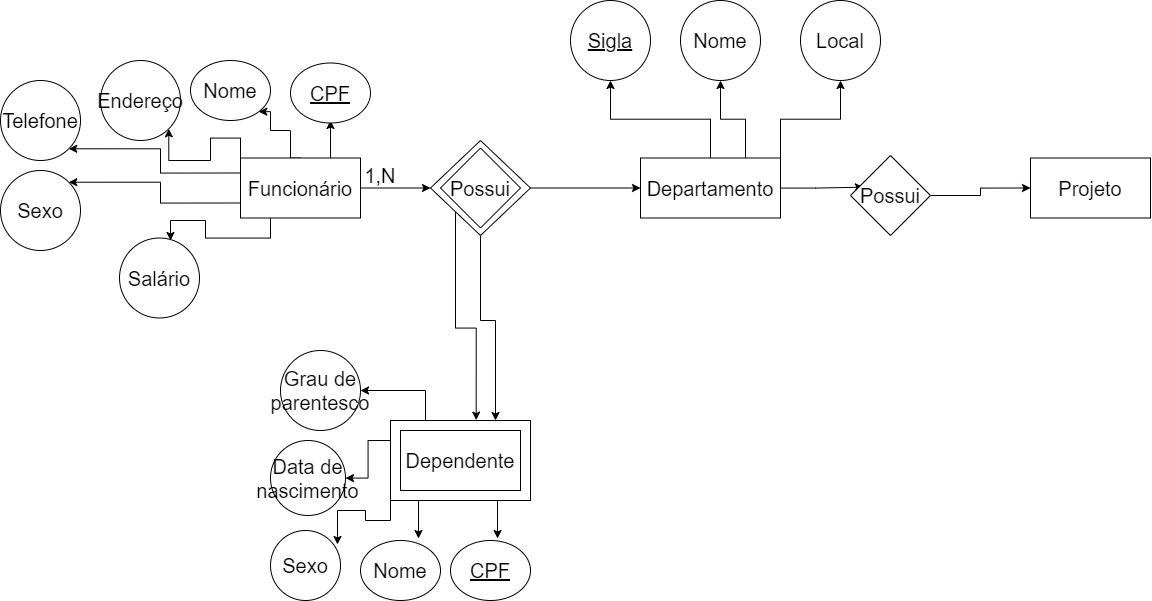
The draw.io diagram HO03.drawio.png in Cams1403/handson, before a commit. Source tidied: cells renumbered, new cells last; positions are measured from the earlier drawing's top-left corner, leaving out a move shared by most shapes.
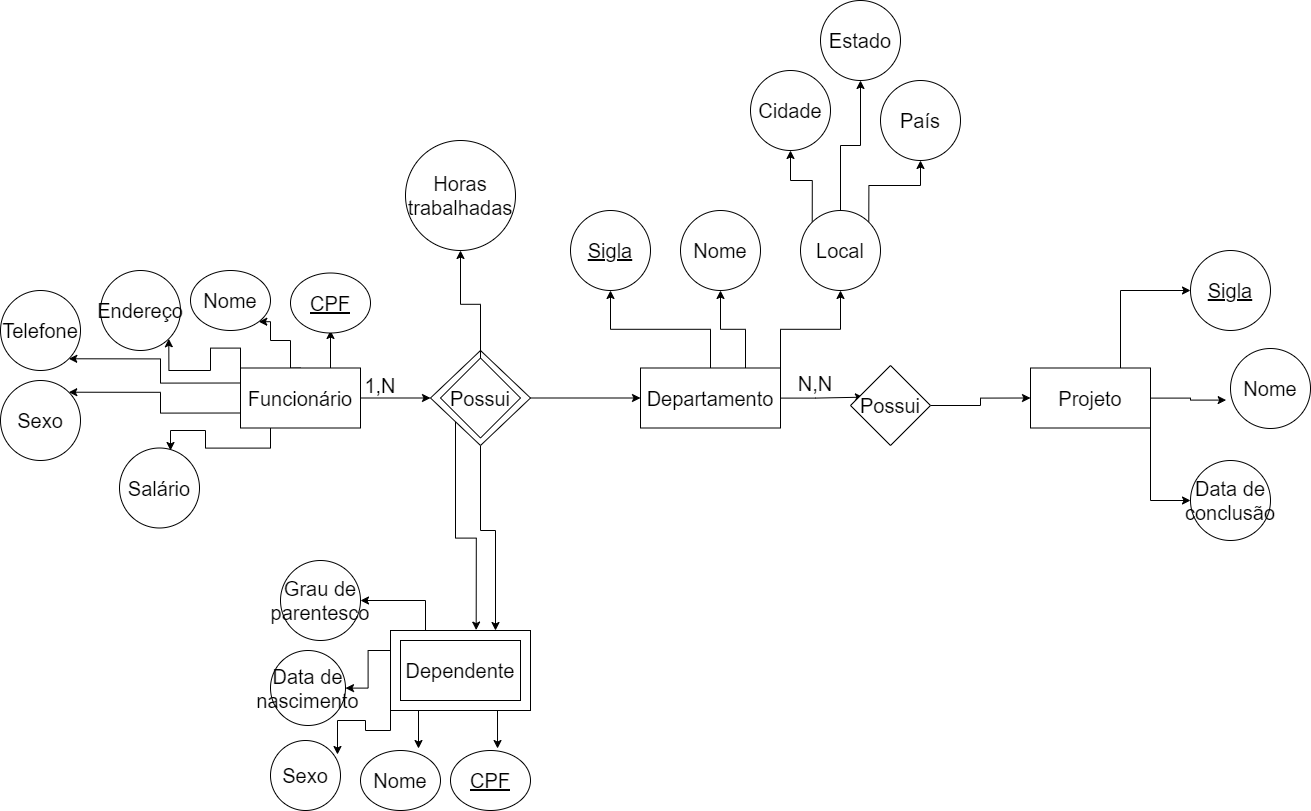
After the commit.

Diff of the diagram source:
```diff
@@ -69,6 +69,15 @@
     <mxCell id="20" value="Departamento" style="rounded=0;whiteSpace=wrap;html=1;fontSize=20;" parent="1" vertex="1">
       <mxGeometry x="640" y="157.5" width="140" height="60" as="geometry" />
     </mxCell>
+    <mxCell id="45" style="edgeStyle=orthogonalEdgeStyle;rounded=0;jettySize=auto;html=1;exitX=0.75;exitY=0;exitDx=0;exitDy=0;entryX=0;entryY=0.5;entryDx=0;entryDy=0;fontSize=20;" parent="1" edge="1" source="21" target="55">
+      <mxGeometry relative="1" as="geometry" />
+    </mxCell>
+    <mxCell id="46" style="edgeStyle=orthogonalEdgeStyle;rounded=0;jettySize=auto;html=1;entryX=-0.054;entryY=0.645;entryDx=0;entryDy=0;entryPerimeter=0;fontSize=20;" parent="1" edge="1" source="21" target="56">
+      <mxGeometry relative="1" as="geometry" />
+    </mxCell>
+    <mxCell id="47" style="edgeStyle=orthogonalEdgeStyle;rounded=0;jettySize=auto;html=1;exitX=1;exitY=1;exitDx=0;exitDy=0;entryX=0;entryY=0.5;entryDx=0;entryDy=0;fontSize=20;" parent="1" edge="1" source="21" target="57">
+      <mxGeometry relative="1" as="geometry" />
+    </mxCell>
     <mxCell id="21" value="Projeto" style="rounded=0;whiteSpace=wrap;html=1;fontSize=20;" parent="1" vertex="1">
       <mxGeometry x="1030" y="157.5" width="120" height="60" as="geometry" />
     </mxCell>
@@ -95,6 +104,9 @@
     <mxCell id="27" style="rhombus;whiteSpace=wrap;html=1;fontSize=20;verticalAlign=bottom;" parent="1" vertex="1">
       <mxGeometry x="430" y="140" width="100" height="95" as="geometry" />
     </mxCell>
+    <mxCell id="48" style="edgeStyle=orthogonalEdgeStyle;rounded=0;jettySize=auto;html=1;entryX=0.5;entryY=1;entryDx=0;entryDy=0;fontSize=20;" parent="1" edge="1" source="28" target="59">
+      <mxGeometry relative="1" as="geometry" />
+    </mxCell>
     <mxCell id="28" value="Possui" style="rhombus;whiteSpace=wrap;html=1;fontSize=20;verticalAlign=middle;" parent="1" vertex="1">
       <mxGeometry x="440" y="147.5" width="80" height="80" as="geometry" />
     </mxCell>
@@ -143,8 +155,41 @@
     <mxCell id="43" value="Nome" style="ellipse;whiteSpace=wrap;html=1;fontSize=20;" parent="1" vertex="1">
       <mxGeometry x="680" width="80" height="80" as="geometry" />
     </mxCell>
+    <mxCell id="49" style="edgeStyle=orthogonalEdgeStyle;rounded=0;jettySize=auto;html=1;exitX=0;exitY=0;exitDx=0;exitDy=0;entryX=0.5;entryY=1;entryDx=0;entryDy=0;fontSize=20;" parent="1" edge="1" source="44" target="52">
+      <mxGeometry relative="1" as="geometry" />
+    </mxCell>
+    <mxCell id="50" style="edgeStyle=orthogonalEdgeStyle;rounded=0;jettySize=auto;html=1;exitX=0.5;exitY=0;exitDx=0;exitDy=0;entryX=0.5;entryY=1;entryDx=0;entryDy=0;fontSize=20;" parent="1" edge="1" source="44" target="54">
+      <mxGeometry relative="1" as="geometry" />
+    </mxCell>
+    <mxCell id="51" style="edgeStyle=orthogonalEdgeStyle;rounded=0;jettySize=auto;html=1;exitX=1;exitY=0;exitDx=0;exitDy=0;fontSize=20;" parent="1" edge="1" source="44" target="53">
+      <mxGeometry relative="1" as="geometry" />
+    </mxCell>
     <mxCell id="44" value="Local" style="ellipse;whiteSpace=wrap;html=1;fontSize=20;" parent="1" vertex="1">
       <mxGeometry x="800" width="80" height="80" as="geometry" />
     </mxCell>
+    <mxCell id="52" value="Cidade" style="ellipse;whiteSpace=wrap;html=1;fontSize=20;" parent="1" vertex="1">
+      <mxGeometry x="750" y="-140" width="80" height="80" as="geometry" />
+    </mxCell>
+    <mxCell id="53" value="País" style="ellipse;whiteSpace=wrap;html=1;fontSize=20;" parent="1" vertex="1">
+      <mxGeometry x="880" y="-130" width="80" height="80" as="geometry" />
+    </mxCell>
+    <mxCell id="54" value="Estado" style="ellipse;whiteSpace=wrap;html=1;fontSize=20;" parent="1" vertex="1">
+      <mxGeometry x="820" y="-210" width="80" height="80" as="geometry" />
+    </mxCell>
+    <mxCell id="55" value="&lt;u&gt;Sigla&lt;/u&gt;" style="ellipse;whiteSpace=wrap;html=1;fontSize=20;" parent="1" vertex="1">
+      <mxGeometry x="1190" y="40" width="80" height="80" as="geometry" />
+    </mxCell>
+    <mxCell id="56" value="Nome" style="ellipse;whiteSpace=wrap;html=1;fontSize=20;" parent="1" vertex="1">
+      <mxGeometry x="1230" y="138" width="80" height="80" as="geometry" />
+    </mxCell>
+    <mxCell id="57" value="Data de&lt;br&gt;conclusão" style="ellipse;whiteSpace=wrap;html=1;fontSize=20;" parent="1" vertex="1">
+      <mxGeometry x="1190" y="250" width="80" height="80" as="geometry" />
+    </mxCell>
+    <mxCell id="58" value="N,N" style="text;html=1;strokeColor=none;fillColor=none;align=center;verticalAlign=middle;whiteSpace=wrap;rounded=0;fontSize=20;" parent="1" vertex="1">
+      <mxGeometry x="790" y="160" width="50" height="25" as="geometry" />
+    </mxCell>
+    <mxCell id="59" value="Horas&lt;br&gt;trabalhadas" style="ellipse;whiteSpace=wrap;html=1;fontSize=20;" parent="1" vertex="1">
+      <mxGeometry x="405" y="-70" width="110" height="110" as="geometry" />
+    </mxCell>
   </root>
 </mxGraphModel>
```
